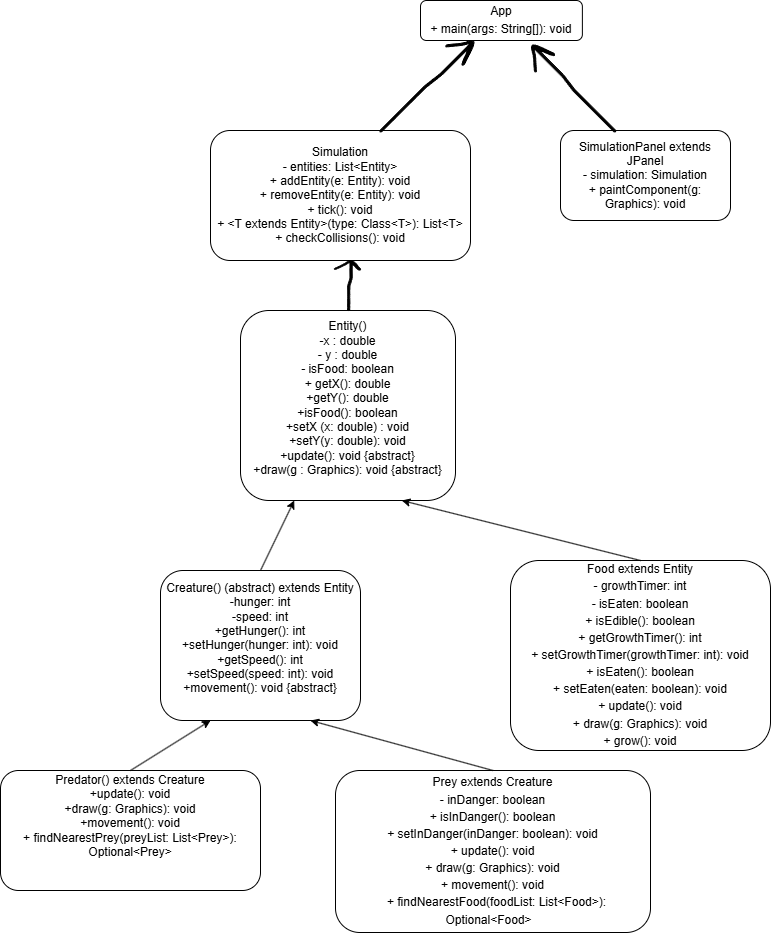
The draw.io diagram UML Diagram.png in auyondebnath-cpu/comp2000predatorprey, before a commit. Source tidied: cells renumbered, new cells last; positions are measured from the earlier drawing's top-left corner, leaving out a move shared by most shapes. The source it was exported from:
```xml
<mxGraphModel>
  <root>
    <mxCell id="0" />
    <mxCell id="1" parent="0" />
    <mxCell id="2" value="Entity()&lt;br&gt;-x : double&lt;div&gt;- y : double&lt;br&gt;- isFood: boolean&lt;br&gt;+ getX(): double&lt;br&gt;+getY(): double&lt;br&gt;+isFood(): boolean&lt;br&gt;+setX (x: double) : void&lt;br&gt;+setY(y: double): void&lt;br&gt;+update(): void {abstract}&lt;br&gt;+draw(g : Graphics): void {abstract}&lt;br&gt;&lt;div&gt;&lt;br&gt;&lt;/div&gt;&lt;/div&gt;" style="rounded=1;whiteSpace=wrap;html=1;labelBackgroundColor=none;" parent="1" vertex="1">
      <mxGeometry x="240" y="310" width="215" height="190" as="geometry" />
    </mxCell>
    <mxCell id="3" value="Creature() (abstract) extends Entity&lt;div&gt;-hunger: int&lt;/div&gt;&lt;div&gt;-speed: int&lt;br&gt;&lt;div&gt;+getHunger(): int&lt;/div&gt;&lt;div&gt;+setHunger(hunger: int): void&lt;br&gt;+getSpeed(): int&lt;br&gt;+setSpeed(speed: int): void&lt;br&gt;+movement(): void {abstract}&lt;/div&gt;&lt;div&gt;&lt;br&gt;&lt;/div&gt;&lt;/div&gt;" style="rounded=1;whiteSpace=wrap;html=1;labelBackgroundColor=none;" parent="1" vertex="1">
      <mxGeometry x="160" y="570" width="200" height="150" as="geometry" />
    </mxCell>
    <mxCell id="4" value="&lt;span style=&quot;opacity: 1; font-size: inherit; line-height: 1.42857; flex-shrink: 0; padding: 8px; text-align: right; user-select: text;&quot;&gt;Food extends Entity&lt;br/&gt;&lt;/span&gt;&lt;span style=&quot;opacity: 1; font-size: inherit; line-height: 1.42857; flex-shrink: 0; padding: 8px; text-align: right; user-select: text;&quot;&gt;- growthTimer: int&lt;br/&gt;&lt;/span&gt;&lt;span style=&quot;opacity: 1; font-size: inherit; line-height: 1.42857; flex-shrink: 0; padding: 8px; text-align: right; user-select: text;&quot;&gt;- isEaten: boolean&lt;br/&gt;&lt;/span&gt;&lt;span style=&quot;opacity: 1; font-size: inherit; line-height: 1.42857; flex-shrink: 0; padding: 8px; text-align: right; user-select: text;&quot;&gt;+ isEdible(): boolean&lt;br/&gt;&lt;/span&gt;&lt;span style=&quot;opacity: 1; font-size: inherit; line-height: 1.42857; flex-shrink: 0; padding: 8px; text-align: right; user-select: text;&quot;&gt;+ getGrowthTimer(): int&lt;br/&gt;&lt;/span&gt;&lt;span style=&quot;opacity: 1; font-size: inherit; line-height: 1.42857; flex-shrink: 0; padding: 8px; text-align: right; user-select: text;&quot;&gt;+ setGrowthTimer(growthTimer: int): void&lt;br/&gt;&lt;/span&gt;&lt;span style=&quot;opacity: 1; font-size: inherit; line-height: 1.42857; flex-shrink: 0; padding: 8px; text-align: right; user-select: text;&quot;&gt;+ isEaten(): boolean&lt;br/&gt;&lt;/span&gt;&lt;span style=&quot;opacity: 1; font-size: inherit; line-height: 1.42857; flex-shrink: 0; padding: 8px; text-align: right; user-select: text;&quot;&gt;+ setEaten(eaten: boolean): void&lt;br/&gt;&lt;/span&gt;&lt;span style=&quot;opacity: 1; font-size: inherit; line-height: 1.42857; flex-shrink: 0; padding: 8px; text-align: right; user-select: text;&quot;&gt;+ update(): void&lt;br/&gt;&lt;/span&gt;&lt;span style=&quot;opacity: 1; font-size: inherit; line-height: 1.42857; flex-shrink: 0; padding: 8px; text-align: right; user-select: text;&quot;&gt;+ draw(g: Graphics): void&lt;br/&gt;&lt;/span&gt;&lt;span style=&quot;opacity: 1; font-size: inherit; line-height: 1.42857; flex-shrink: 0; padding: 8px; text-align: right; user-select: text;&quot;&gt;+ grow(): void&lt;/span&gt;" style="rounded=1;whiteSpace=wrap;html=1;labelBackgroundColor=none;" parent="1" vertex="1">
      <mxGeometry x="510" y="560" width="260" height="190" as="geometry" />
    </mxCell>
    <mxCell id="5" value="Predator() extends Creature&lt;br&gt;+update(): void&lt;br&gt;+draw(g: Graphics): void&lt;br&gt;+movement(): void&lt;div&gt;+ findNearestPrey(preyList: List&amp;lt;Prey&amp;gt;): Optional&amp;lt;Prey&amp;gt;&lt;br&gt;&lt;br&gt;&lt;div&gt;&lt;br&gt;&lt;/div&gt;&lt;/div&gt;" style="rounded=1;whiteSpace=wrap;html=1;labelBackgroundColor=none;" parent="1" vertex="1">
      <mxGeometry y="770" width="260" height="120" as="geometry" />
    </mxCell>
    <mxCell id="6" value="&lt;div&gt;&lt;div&gt;&lt;span style=&quot;opacity: 1; font-size: inherit; line-height: 1.42857; flex-shrink: 0; padding: 8px; text-align: right; user-select: text;&quot;&gt;Prey extends Creature&lt;br/&gt;&lt;/span&gt;&lt;span style=&quot;opacity: 1; font-size: inherit; line-height: 1.42857; flex-shrink: 0; padding: 8px; text-align: right; user-select: text;&quot;&gt;- inDanger: boolean&lt;br/&gt;&lt;/span&gt;&lt;span style=&quot;opacity: 1; font-size: inherit; line-height: 1.42857; flex-shrink: 0; padding: 8px; text-align: right; user-select: text;&quot;&gt;+ isInDanger(): boolean&lt;br/&gt;&lt;/span&gt;&lt;span style=&quot;opacity: 1; font-size: inherit; line-height: 1.42857; flex-shrink: 0; padding: 8px; text-align: right; user-select: text;&quot;&gt;+ setInDanger(inDanger: boolean): void&lt;br/&gt;&lt;/span&gt;&lt;span style=&quot;opacity: 1; font-size: inherit; line-height: 1.42857; flex-shrink: 0; padding: 8px; text-align: right; user-select: text;&quot;&gt;+ update(): void&lt;br/&gt;&lt;/span&gt;&lt;span style=&quot;opacity: 1; font-size: inherit; line-height: 1.42857; flex-shrink: 0; padding: 8px; text-align: right; user-select: text;&quot;&gt;+ draw(g: Graphics): void&lt;br/&gt;&lt;/span&gt;&lt;span style=&quot;opacity: 1; font-size: inherit; line-height: 1.42857; flex-shrink: 0; padding: 8px; text-align: right; user-select: text;&quot;&gt;+ movement(): void&lt;br/&gt;&lt;/span&gt;&lt;span style=&quot;opacity: 1; font-size: inherit; line-height: 1.42857; flex-shrink: 0; padding: 8px; text-align: right; user-select: text;&quot;&gt;+ findNearestFood(foodList: List&amp;lt;Food&amp;gt;): Optional&amp;lt;Food&amp;gt;&lt;/span&gt;&lt;/div&gt;&lt;/div&gt;" style="rounded=1;whiteSpace=wrap;html=1;labelBackgroundColor=none;" parent="1" vertex="1">
      <mxGeometry x="335" y="770" width="315" height="162" as="geometry" />
    </mxCell>
    <mxCell id="7" style="endArrow=classic;html=1;rounded=0;entryX=0.25;entryY=1;entryDx=0;entryDy=0;exitX=0.5;exitY=0;exitDx=0;exitDy=0;labelBackgroundColor=none;fontColor=default;" parent="1" edge="1" source="5" target="3">
      <mxGeometry relative="1" as="geometry" />
    </mxCell>
    <mxCell id="8" style="endArrow=classic;html=1;rounded=0;entryX=0.75;entryY=1;entryDx=0;entryDy=0;exitX=0.5;exitY=0;exitDx=0;exitDy=0;labelBackgroundColor=none;fontColor=default;" parent="1" edge="1" source="6" target="3">
      <mxGeometry relative="1" as="geometry" />
    </mxCell>
    <mxCell id="9" value="&lt;span style=&quot;opacity: 1; font-size: inherit; line-height: 1.42857; flex-shrink: 0; padding: 8px; text-align: right; user-select: text;&quot;&gt;App&lt;br/&gt;&lt;/span&gt;&lt;span style=&quot;opacity: 1; font-size: inherit; line-height: 1.42857; flex-shrink: 0; padding: 8px; text-align: right; user-select: text;&quot;&gt;+ main(args: String[]): void&lt;/span&gt;" style="rounded=1;whiteSpace=wrap;html=1;labelBackgroundColor=none;" parent="1" vertex="1">
      <mxGeometry x="420" width="161.9" height="40" as="geometry" />
    </mxCell>
    <mxCell id="10" style="endArrow=classic;html=1;rounded=0;entryX=0.25;entryY=1;entryDx=0;entryDy=0;exitX=0.5;exitY=0;exitDx=0;exitDy=0;labelBackgroundColor=none;fontColor=default;" parent="1" edge="1" source="3" target="2">
      <mxGeometry relative="1" as="geometry" />
    </mxCell>
    <mxCell id="11" style="endArrow=classic;html=1;rounded=0;exitX=0.5;exitY=0;exitDx=0;exitDy=0;entryX=0.75;entryY=1;entryDx=0;entryDy=0;labelBackgroundColor=none;fontColor=default;" parent="1" edge="1" source="4" target="2">
      <mxGeometry relative="1" as="geometry" />
    </mxCell>
    <mxCell id="12" value="&lt;div&gt;Simulation&lt;/div&gt;&lt;div&gt;- entities: List&amp;lt;Entity&amp;gt;&lt;/div&gt;&lt;div&gt;+ addEntity(e: Entity): void&lt;/div&gt;&lt;div&gt;+ removeEntity(e: Entity): void&lt;/div&gt;&lt;div&gt;+ tick(): void&lt;br&gt;&lt;span style=&quot;background-color: transparent; color: light-dark(rgb(0, 0, 0), rgb(255, 255, 255));&quot;&gt;+ &amp;lt;T extends Entity&amp;gt;(type: Class&amp;lt;T&amp;gt;): List&amp;lt;T&amp;gt;&lt;/span&gt;&lt;/div&gt;&lt;div&gt;+ checkCollisions(): void&lt;/div&gt;" style="rounded=1;whiteSpace=wrap;html=1;labelBackgroundColor=none;" parent="1" vertex="1">
      <mxGeometry x="210" y="130" width="260" height="130" as="geometry" />
    </mxCell>
    <mxCell id="13" value="&lt;div&gt;SimulationPanel extends JPanel&lt;/div&gt;&lt;div&gt;- simulation: Simulation&lt;/div&gt;&lt;div&gt;+ paintComponent(g: Graphics): void&lt;/div&gt;" style="rounded=1;whiteSpace=wrap;html=1;labelBackgroundColor=none;" parent="1" vertex="1">
      <mxGeometry x="560" y="130" width="170" height="90" as="geometry" />
    </mxCell>
    <mxCell id="14" style="shape=(stored shape, 2392 characters);lineShape=1;labelBackgroundColor=none;" parent="1" vertex="1">
      <mxGeometry x="333.8" y="260" width="26.2" height="50" as="geometry" />
    </mxCell>
    <mxCell id="15" style="shape=(stored shape, 2392 characters);lineShape=1;rotation=45;labelBackgroundColor=none;" parent="1" vertex="1">
      <mxGeometry x="411.6" y="19.4" width="26.2" height="130" as="geometry" />
    </mxCell>
    <mxCell id="16" style="shape=(stored shape, 2392 characters);lineShape=1;rotation=-45;labelBackgroundColor=none;" parent="1" vertex="1">
      <mxGeometry x="558.5" y="29.8" width="26.2" height="120" as="geometry" />
    </mxCell>
  </root>
</mxGraphModel>
```
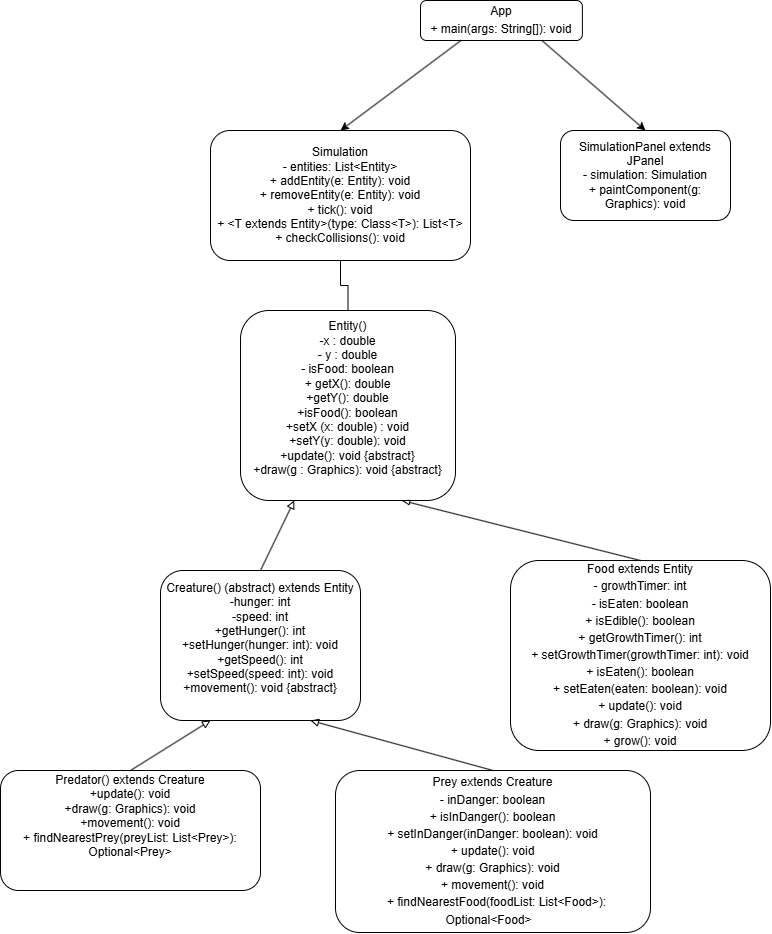
Above is the later version.

Commit message:
Update UML Diagram

The edit, as a diff of the source:
```diff
@@ -2,6 +2,9 @@
   <root>
     <mxCell id="0" />
     <mxCell id="1" parent="0" />
+    <mxCell id="17" style="edgeStyle=orthogonalEdgeStyle;rounded=0;jettySize=auto;html=1;exitX=0.5;exitY=0;exitDx=0;exitDy=0;entryX=0.5;entryY=1;entryDx=0;entryDy=0;endArrow=none;endFill=0;" parent="1" edge="1" source="2" target="12">
+      <mxGeometry relative="1" as="geometry" />
+    </mxCell>
     <mxCell id="2" value="Entity()&lt;br&gt;-x : double&lt;div&gt;- y : double&lt;br&gt;- isFood: boolean&lt;br&gt;+ getX(): double&lt;br&gt;+getY(): double&lt;br&gt;+isFood(): boolean&lt;br&gt;+setX (x: double) : void&lt;br&gt;+setY(y: double): void&lt;br&gt;+update(): void {abstract}&lt;br&gt;+draw(g : Graphics): void {abstract}&lt;br&gt;&lt;div&gt;&lt;br&gt;&lt;/div&gt;&lt;/div&gt;" style="rounded=1;whiteSpace=wrap;html=1;labelBackgroundColor=none;" parent="1" vertex="1">
       <mxGeometry x="240" y="310" width="215" height="190" as="geometry" />
     </mxCell>
@@ -17,19 +20,19 @@
     <mxCell id="6" value="&lt;div&gt;&lt;div&gt;&lt;span style=&quot;opacity: 1; font-size: inherit; line-height: 1.42857; flex-shrink: 0; padding: 8px; text-align: right; user-select: text;&quot;&gt;Prey extends Creature&lt;br/&gt;&lt;/span&gt;&lt;span style=&quot;opacity: 1; font-size: inherit; line-height: 1.42857; flex-shrink: 0; padding: 8px; text-align: right; user-select: text;&quot;&gt;- inDanger: boolean&lt;br/&gt;&lt;/span&gt;&lt;span style=&quot;opacity: 1; font-size: inherit; line-height: 1.42857; flex-shrink: 0; padding: 8px; text-align: right; user-select: text;&quot;&gt;+ isInDanger(): boolean&lt;br/&gt;&lt;/span&gt;&lt;span style=&quot;opacity: 1; font-size: inherit; line-height: 1.42857; flex-shrink: 0; padding: 8px; text-align: right; user-select: text;&quot;&gt;+ setInDanger(inDanger: boolean): void&lt;br/&gt;&lt;/span&gt;&lt;span style=&quot;opacity: 1; font-size: inherit; line-height: 1.42857; flex-shrink: 0; padding: 8px; text-align: right; user-select: text;&quot;&gt;+ update(): void&lt;br/&gt;&lt;/span&gt;&lt;span style=&quot;opacity: 1; font-size: inherit; line-height: 1.42857; flex-shrink: 0; padding: 8px; text-align: right; user-select: text;&quot;&gt;+ draw(g: Graphics): void&lt;br/&gt;&lt;/span&gt;&lt;span style=&quot;opacity: 1; font-size: inherit; line-height: 1.42857; flex-shrink: 0; padding: 8px; text-align: right; user-select: text;&quot;&gt;+ movement(): void&lt;br/&gt;&lt;/span&gt;&lt;span style=&quot;opacity: 1; font-size: inherit; line-height: 1.42857; flex-shrink: 0; padding: 8px; text-align: right; user-select: text;&quot;&gt;+ findNearestFood(foodList: List&amp;lt;Food&amp;gt;): Optional&amp;lt;Food&amp;gt;&lt;/span&gt;&lt;/div&gt;&lt;/div&gt;" style="rounded=1;whiteSpace=wrap;html=1;labelBackgroundColor=none;" parent="1" vertex="1">
       <mxGeometry x="335" y="770" width="315" height="162" as="geometry" />
     </mxCell>
-    <mxCell id="7" style="endArrow=classic;html=1;rounded=0;entryX=0.25;entryY=1;entryDx=0;entryDy=0;exitX=0.5;exitY=0;exitDx=0;exitDy=0;labelBackgroundColor=none;fontColor=default;" parent="1" edge="1" source="5" target="3">
+    <mxCell id="7" style="endArrow=block;html=1;rounded=0;entryX=0.25;entryY=1;entryDx=0;entryDy=0;exitX=0.5;exitY=0;exitDx=0;exitDy=0;labelBackgroundColor=none;fontColor=default;endFill=0;" parent="1" edge="1" source="5" target="3">
       <mxGeometry relative="1" as="geometry" />
     </mxCell>
-    <mxCell id="8" style="endArrow=classic;html=1;rounded=0;entryX=0.75;entryY=1;entryDx=0;entryDy=0;exitX=0.5;exitY=0;exitDx=0;exitDy=0;labelBackgroundColor=none;fontColor=default;" parent="1" edge="1" source="6" target="3">
+    <mxCell id="8" style="endArrow=block;html=1;rounded=0;entryX=0.75;entryY=1;entryDx=0;entryDy=0;exitX=0.5;exitY=0;exitDx=0;exitDy=0;labelBackgroundColor=none;fontColor=default;endFill=0;" parent="1" edge="1" source="6" target="3">
       <mxGeometry relative="1" as="geometry" />
     </mxCell>
     <mxCell id="9" value="&lt;span style=&quot;opacity: 1; font-size: inherit; line-height: 1.42857; flex-shrink: 0; padding: 8px; text-align: right; user-select: text;&quot;&gt;App&lt;br/&gt;&lt;/span&gt;&lt;span style=&quot;opacity: 1; font-size: inherit; line-height: 1.42857; flex-shrink: 0; padding: 8px; text-align: right; user-select: text;&quot;&gt;+ main(args: String[]): void&lt;/span&gt;" style="rounded=1;whiteSpace=wrap;html=1;labelBackgroundColor=none;" parent="1" vertex="1">
       <mxGeometry x="420" width="161.9" height="40" as="geometry" />
     </mxCell>
-    <mxCell id="10" style="endArrow=classic;html=1;rounded=0;entryX=0.25;entryY=1;entryDx=0;entryDy=0;exitX=0.5;exitY=0;exitDx=0;exitDy=0;labelBackgroundColor=none;fontColor=default;" parent="1" edge="1" source="3" target="2">
+    <mxCell id="10" style="endArrow=block;html=1;rounded=0;entryX=0.25;entryY=1;entryDx=0;entryDy=0;exitX=0.5;exitY=0;exitDx=0;exitDy=0;labelBackgroundColor=none;fontColor=default;endFill=0;" parent="1" edge="1" source="3" target="2">
       <mxGeometry relative="1" as="geometry" />
     </mxCell>
-    <mxCell id="11" style="endArrow=classic;html=1;rounded=0;exitX=0.5;exitY=0;exitDx=0;exitDy=0;entryX=0.75;entryY=1;entryDx=0;entryDy=0;labelBackgroundColor=none;fontColor=default;" parent="1" edge="1" source="4" target="2">
+    <mxCell id="11" style="endArrow=blockThin;html=1;rounded=0;exitX=0.5;exitY=0;exitDx=0;exitDy=0;entryX=0.75;entryY=1;entryDx=0;entryDy=0;labelBackgroundColor=none;fontColor=default;endFill=0;" parent="1" edge="1" source="4" target="2">
       <mxGeometry relative="1" as="geometry" />
     </mxCell>
     <mxCell id="12" value="&lt;div&gt;Simulation&lt;/div&gt;&lt;div&gt;- entities: List&amp;lt;Entity&amp;gt;&lt;/div&gt;&lt;div&gt;+ addEntity(e: Entity): void&lt;/div&gt;&lt;div&gt;+ removeEntity(e: Entity): void&lt;/div&gt;&lt;div&gt;+ tick(): void&lt;br&gt;&lt;span style=&quot;background-color: transparent; color: light-dark(rgb(0, 0, 0), rgb(255, 255, 255));&quot;&gt;+ &amp;lt;T extends Entity&amp;gt;(type: Class&amp;lt;T&amp;gt;): List&amp;lt;T&amp;gt;&lt;/span&gt;&lt;/div&gt;&lt;div&gt;+ checkCollisions(): void&lt;/div&gt;" style="rounded=1;whiteSpace=wrap;html=1;labelBackgroundColor=none;" parent="1" vertex="1">
@@ -38,14 +41,11 @@
     <mxCell id="13" value="&lt;div&gt;SimulationPanel extends JPanel&lt;/div&gt;&lt;div&gt;- simulation: Simulation&lt;/div&gt;&lt;div&gt;+ paintComponent(g: Graphics): void&lt;/div&gt;" style="rounded=1;whiteSpace=wrap;html=1;labelBackgroundColor=none;" parent="1" vertex="1">
       <mxGeometry x="560" y="130" width="170" height="90" as="geometry" />
     </mxCell>
-    <mxCell id="14" style="shape=(stored shape, 2392 characters);lineShape=1;labelBackgroundColor=none;" parent="1" vertex="1">
-      <mxGeometry x="333.8" y="260" width="26.2" height="50" as="geometry" />
-    </mxCell>
-    <mxCell id="15" style="shape=(stored shape, 2392 characters);lineShape=1;rotation=45;labelBackgroundColor=none;" parent="1" vertex="1">
-      <mxGeometry x="411.6" y="19.4" width="26.2" height="130" as="geometry" />
-    </mxCell>
-    <mxCell id="16" style="shape=(stored shape, 2392 characters);lineShape=1;rotation=-45;labelBackgroundColor=none;" parent="1" vertex="1">
-      <mxGeometry x="558.5" y="29.8" width="26.2" height="120" as="geometry" />
-    </mxCell>
+    <mxCell id="18" style="endArrow=none;html=1;rounded=0;entryX=0.25;entryY=1;entryDx=0;entryDy=0;exitX=0.5;exitY=0;exitDx=0;exitDy=0;endFill=0;startArrow=classic;startFill=1;" parent="1" edge="1" source="12" target="9">
+      <mxGeometry relative="1" as="geometry" />
+    </mxCell>
+    <mxCell id="19" style="endArrow=none;html=1;rounded=0;entryX=0.75;entryY=1;entryDx=0;entryDy=0;exitX=0.5;exitY=0;exitDx=0;exitDy=0;endFill=0;startArrow=classic;startFill=1;" parent="1" edge="1" source="13" target="9">
+      <mxGeometry relative="1" as="geometry" />
+    </mxCell>
   </root>
 </mxGraphModel>
```
